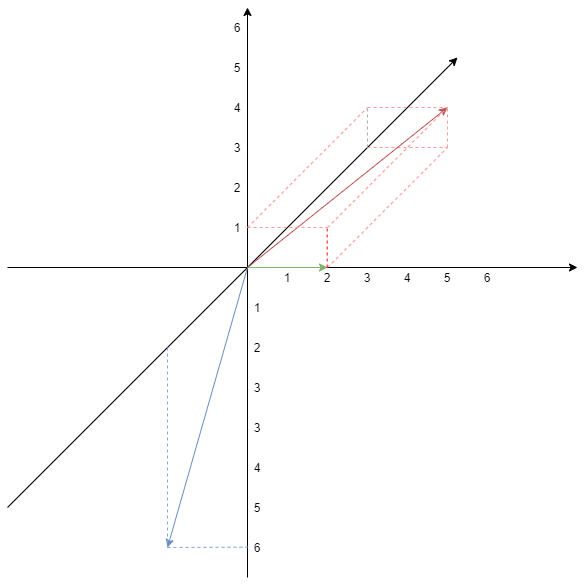
The draw.io diagram images/Vector/3dOuterProduct.png in JJANGDOLL/JJANGDOLL.github.io, before a commit. Source tidied: cells renumbered, new cells last; positions are measured from the earlier drawing's top-left corner, leaving out a move shared by most shapes.
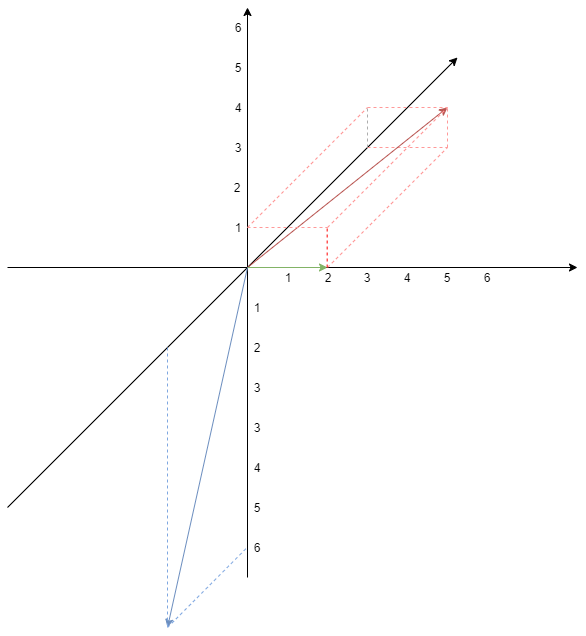
Later version of the same file.

Diff of the diagram source:
```diff
@@ -1,4 +1,4 @@
-<mxGraphModel>
+<mxGraphModel background="#ffffff">
   <root>
     <mxCell id="0" />
     <mxCell id="1" parent="0" />
@@ -125,12 +125,12 @@
     <mxCell id="28" style="endArrow=classic;html=1;strokeColor=#6c8ebf;fillColor=#dae8fc;" parent="1" edge="1">
       <mxGeometry relative="1" as="geometry">
         <mxPoint x="240" y="260" as="sourcePoint" />
-        <mxPoint x="160" y="540" as="targetPoint" />
+        <mxPoint x="160" y="620" as="targetPoint" />
       </mxGeometry>
     </mxCell>
     <mxCell id="29" style="endArrow=none;dashed=1;html=1;fillColor=#dae8fc;strokeColor=#7FA7E0;" parent="1" edge="1">
       <mxGeometry relative="1" as="geometry">
-        <mxPoint x="160" y="540" as="sourcePoint" />
+        <mxPoint x="160" y="620" as="sourcePoint" />
         <mxPoint x="240" y="539.7" as="targetPoint" />
       </mxGeometry>
     </mxCell>
@@ -158,7 +158,7 @@
     <mxCell id="37" style="endArrow=none;dashed=1;html=1;fillColor=#dae8fc;strokeColor=#7FA7E0;" parent="1" edge="1">
       <mxGeometry relative="1" as="geometry">
         <mxPoint x="160" y="340" as="sourcePoint" />
-        <mxPoint x="160" y="540" as="targetPoint" />
+        <mxPoint x="160" y="620" as="targetPoint" />
       </mxGeometry>
     </mxCell>
   </root>
```
